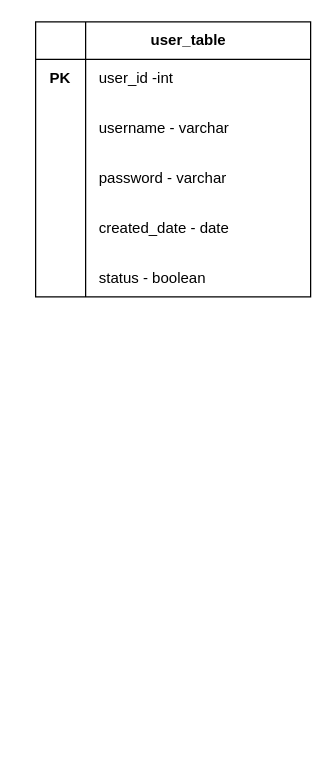
Above: Untitled Diagram.drawio in riolentius/python-practice (draw.io), before the change. Source tidied: cells renumbered, new cells numbered last; positions are measured from the earlier drawing's top-left corner, leaving out a move shared by most shapes. Both pictures are drawn from the tidied source at 125%, with x=0, y=0 at pixel (22, 21).
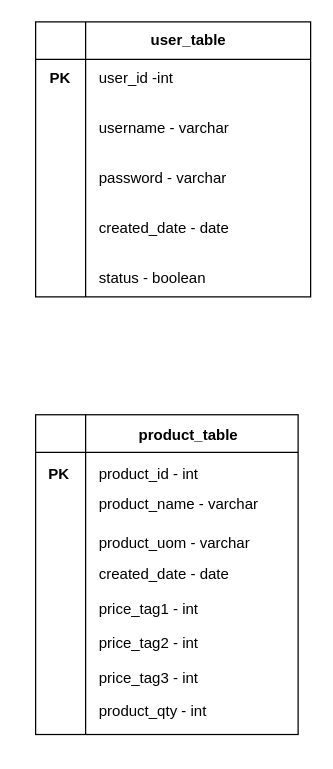
The same diagram, later.

What changed in the source:
```diff
@@
+    <mxCell id="13" style="group;" parent="1" vertex="1">
+      <mxGeometry x="10" y="310" width="220" height="270" as="geometry" />
+    </mxCell>
+    <mxCell id="14" style="group;" parent="13" vertex="1">
+      <mxGeometry y="-6.8" width="210" height="276.8" as="geometry" />
+    </mxCell>
+    <mxCell id="15" style="shape=internalStorage;whiteSpace=wrap;html=1;backgroundOutline=1;dx=40;dy=30;" parent="14" vertex="1">
+      <mxGeometry y="11.1" width="210" height="255.8" as="geometry" />
+    </mxCell>
+    <mxCell id="16" value="product_table" style="text;html=1;strokeColor=none;fillColor=none;align=center;verticalAlign=middle;whiteSpace=wrap;rounded=0;fontStyle=1;" parent="14" vertex="1">
+      <mxGeometry x="85.6" width="73.3" height="55.3" as="geometry" />
+    </mxCell>
+    <mxCell id="17" value="product_id - int" style="text;html=1;strokeColor=none;fillColor=none;align=left;verticalAlign=middle;whiteSpace=wrap;rounded=0;" parent="14" vertex="1">
+      <mxGeometry x="48.9" y="30.8" width="146.7" height="55.3" as="geometry" />
+    </mxCell>
+    <mxCell id="18" value="product_name - varchar" style="text;html=1;strokeColor=none;fillColor=none;align=left;verticalAlign=middle;whiteSpace=wrap;rounded=0;" parent="14" vertex="1">
+      <mxGeometry x="48.9" y="55.3" width="146.7" height="55.3" as="geometry" />
+    </mxCell>
+    <mxCell id="19" value="product_uom - varchar" style="text;html=1;strokeColor=none;fillColor=none;align=left;verticalAlign=middle;whiteSpace=wrap;rounded=0;" parent="14" vertex="1">
+      <mxGeometry x="48.9" y="86.1" width="146.7" height="55.3" as="geometry" />
+    </mxCell>
+    <mxCell id="20" value="created_date - date" style="text;html=1;strokeColor=none;fillColor=none;align=left;verticalAlign=middle;whiteSpace=wrap;rounded=0;" parent="14" vertex="1">
+      <mxGeometry x="48.9" y="110.7" width="146.7" height="55.3" as="geometry" />
+    </mxCell>
+    <mxCell id="21" value="price_tag1 - int" style="text;html=1;strokeColor=none;fillColor=none;align=left;verticalAlign=middle;whiteSpace=wrap;rounded=0;" parent="14" vertex="1">
+      <mxGeometry x="48.9" y="139" width="146.7" height="55.3" as="geometry" />
+    </mxCell>
+    <mxCell id="22" value="price_tag2 - int" style="text;html=1;strokeColor=none;fillColor=none;align=left;verticalAlign=middle;whiteSpace=wrap;rounded=0;" parent="14" vertex="1">
+      <mxGeometry x="48.9" y="166.1" width="146.7" height="55.3" as="geometry" />
+    </mxCell>
+    <mxCell id="23" value="price_tag3 - int" style="text;html=1;strokeColor=none;fillColor=none;align=left;verticalAlign=middle;whiteSpace=wrap;rounded=0;" parent="14" vertex="1">
+      <mxGeometry x="48.9" y="194.3" width="146.7" height="55.3" as="geometry" />
+    </mxCell>
+    <mxCell id="24" value="product_qty - int" style="text;html=1;strokeColor=none;fillColor=none;align=left;verticalAlign=middle;whiteSpace=wrap;rounded=0;" parent="14" vertex="1">
+      <mxGeometry x="48.9" y="221.4" width="146.7" height="55.3" as="geometry" />
+    </mxCell>
+    <mxCell id="25" value="&lt;div&gt;PK&lt;/div&gt;" style="text;html=1;strokeColor=none;fillColor=none;align=center;verticalAlign=middle;whiteSpace=wrap;rounded=0;fontStyle=1;" parent="14" vertex="1">
+      <mxGeometry x="-11.1" y="43.4" width="60" height="30" as="geometry" />
+    </mxCell>
```
